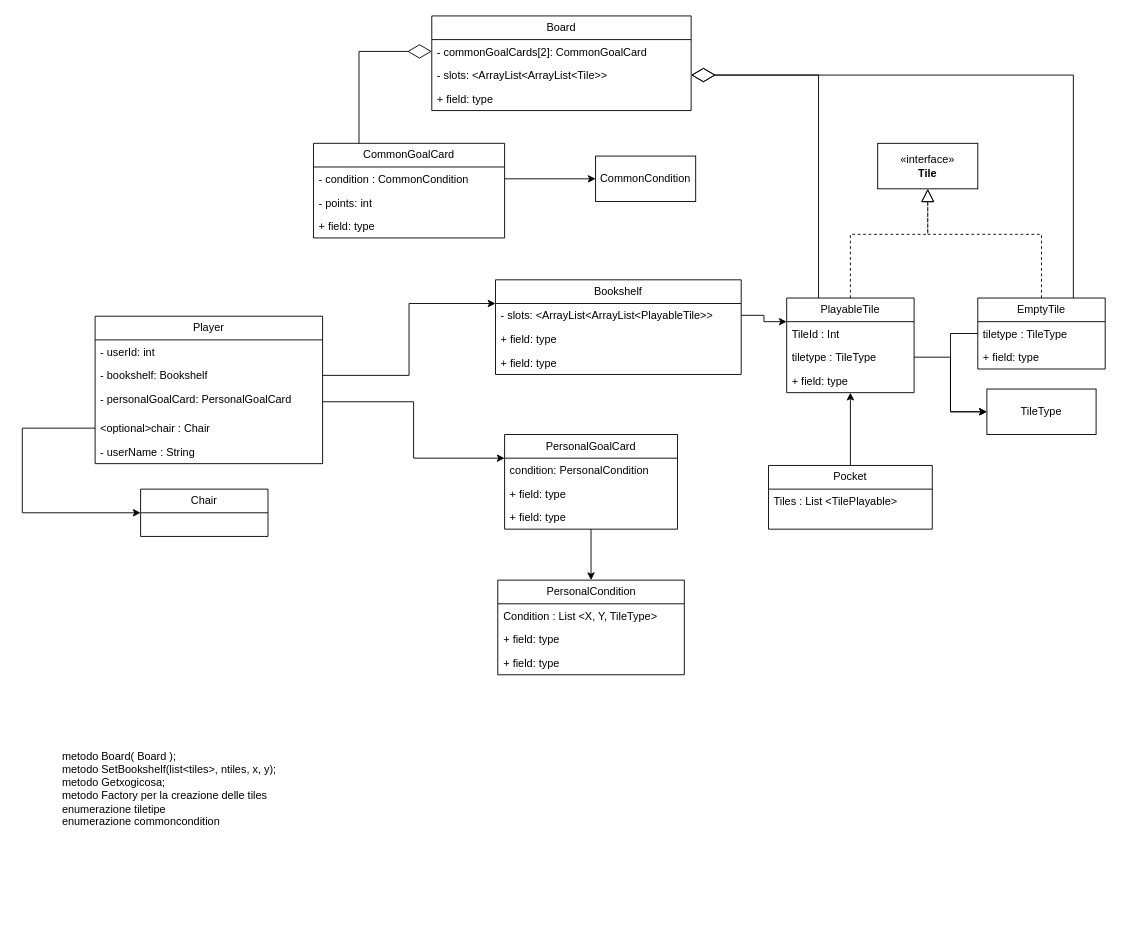
Earlier version of the draw.io diagram uml_diagram.drawio (no-dady/ing-sw-2023-shala-scandola-vigano-zenesini). Source tidied: cells renumbered, new cells numbered last; positions are measured from the earlier drawing's top-left corner, leaving out a move shared by most shapes. Both pictures are drawn from the tidied source at 91%, with x=0, y=0 at pixel (22, 15).
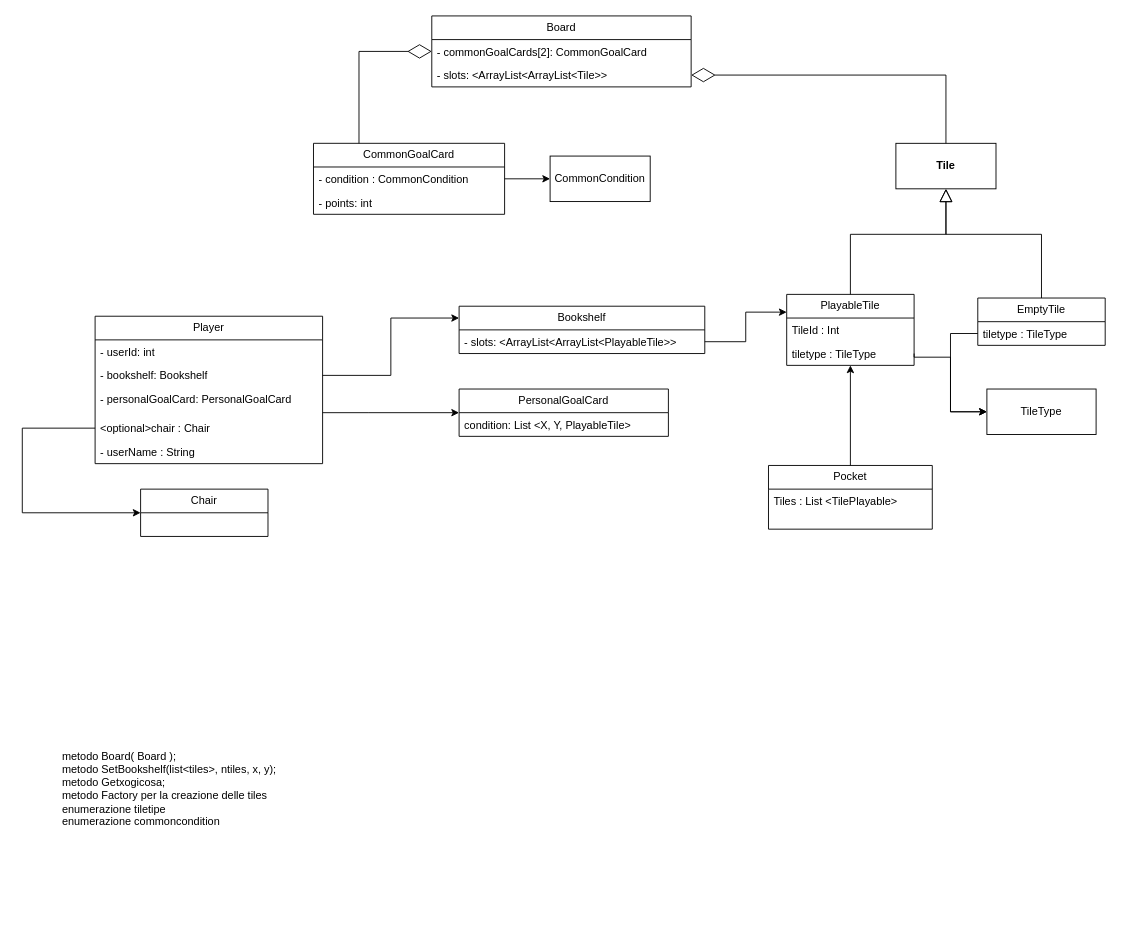
Above is the later version.

Commit message:
Modifiche alle tiles

The change refers to these unchanged cells:
```xml
<mxCell id="5" value="- personalGoalCard: PersonalGoalCard" style="text;strokeColor=none;fillColor=none;align=left;verticalAlign=top;spacingLeft=4;spacingRight=4;overflow=hidden;points=[[0,0.5],[1,0.5]];portConstraint=eastwest;whiteSpace=wrap;html=1;" parent="2" vertex="1">
  <mxGeometry y="78" width="250" height="32" as="geometry" />
</mxCell>
<mxCell id="24" value="- slots: &amp;lt;ArrayList&amp;lt;ArrayList&amp;lt;Tile&amp;gt;&amp;gt;" style="text;strokeColor=none;fillColor=none;align=left;verticalAlign=top;spacingLeft=4;spacingRight=4;overflow=hidden;points=[[0,0.5],[1,0.5]];portConstraint=eastwest;whiteSpace=wrap;html=1;" parent="22" vertex="1">
  <mxGeometry y="52" width="285" height="26" as="geometry" />
</mxCell>
```

What changed in the source:
```diff
@@
     <mxCell id="8" value="PlayableTile" style="swimlane;fontStyle=0;horizontal=1;startSize=26;fillColor=none;whiteSpace=wrap;html=1;" parent="1" vertex="1">
-      <mxGeometry x="840" y="310" width="140" height="104" as="geometry" />
+      <mxGeometry x="840" y="306" width="140" height="78" as="geometry" />
     </mxCell>
@@
-    <mxCell id="11" value="+ field: type" style="text;strokeColor=none;fillColor=none;align=left;verticalAlign=top;spacingLeft=4;spacingRight=4;overflow=hidden;whiteSpace=wrap;html=1;" parent="8" vertex="1">
-      <mxGeometry y="78" width="140" height="26" as="geometry" />
-    </mxCell>
     <mxCell id="12" value="Bookshelf" style="swimlane;fontStyle=0;horizontal=1;startSize=26;fillColor=none;whiteSpace=wrap;html=1;" parent="1" vertex="1">
-      <mxGeometry x="520" y="290" width="270" height="104" as="geometry" />
+      <mxGeometry x="480" y="319" width="270" height="52" as="geometry" />
     </mxCell>
@@
-    <mxCell id="14" value="+ field: type" style="text;strokeColor=none;fillColor=none;align=left;verticalAlign=top;spacingLeft=4;spacingRight=4;overflow=hidden;whiteSpace=wrap;html=1;" parent="12" vertex="1">
-      <mxGeometry y="52" width="270" height="26" as="geometry" />
-    </mxCell>
-    <mxCell id="15" value="+ field: type" style="text;strokeColor=none;fillColor=none;align=left;verticalAlign=top;spacingLeft=4;spacingRight=4;overflow=hidden;whiteSpace=wrap;html=1;" parent="12" vertex="1">
-      <mxGeometry y="78" width="270" height="26" as="geometry" />
-    </mxCell>
@@
     <mxCell id="17" value="PersonalGoalCard" style="swimlane;fontStyle=0;horizontal=1;startSize=26;fillColor=none;whiteSpace=wrap;html=1;" parent="1" vertex="1">
-      <mxGeometry x="530" y="460" width="190" height="104" as="geometry" />
+      <mxGeometry x="480" y="410" width="230" height="52" as="geometry" />
     </mxCell>
-    <mxCell id="18" value="condition: PersonalCondition" style="text;strokeColor=none;fillColor=none;align=left;verticalAlign=top;spacingLeft=4;spacingRight=4;overflow=hidden;whiteSpace=wrap;html=1;" parent="17" vertex="1">
-      <mxGeometry y="26" width="190" height="26" as="geometry" />
+    <mxCell id="18" value="condition: List &amp;lt;X, Y, PlayableTile&amp;gt;" style="text;strokeColor=none;fillColor=none;align=left;verticalAlign=top;spacingLeft=4;spacingRight=4;overflow=hidden;whiteSpace=wrap;html=1;" parent="17" vertex="1">
+      <mxGeometry y="26" width="230" height="26" as="geometry" />
     </mxCell>
-    <mxCell id="19" value="+ field: type" style="text;strokeColor=none;fillColor=none;align=left;verticalAlign=top;spacingLeft=4;spacingRight=4;overflow=hidden;whiteSpace=wrap;html=1;" parent="17" vertex="1">
-      <mxGeometry y="52" width="190" height="26" as="geometry" />
-    </mxCell>
-    <mxCell id="20" value="+ field: type" style="text;strokeColor=none;fillColor=none;align=left;verticalAlign=top;spacingLeft=4;spacingRight=4;overflow=hidden;points=[[0,0.5],[1,0.5]];portConstraint=eastwest;whiteSpace=wrap;html=1;" parent="17" vertex="1">
-      <mxGeometry y="78" width="190" height="26" as="geometry" />
-    </mxCell>
-    <mxCell id="21" style="edgeStyle=orthogonalEdgeStyle;rounded=0;jettySize=auto;html=1;entryX=0;entryY=0.25;entryDx=0;entryDy=0;" parent="1" edge="1" source="5" target="17">
-      <mxGeometry relative="1" as="geometry" />
+    <mxCell id="21" style="edgeStyle=orthogonalEdgeStyle;rounded=0;jettySize=auto;html=1;entryX=0;entryY=0.5;entryDx=0;entryDy=0;" parent="1" edge="1" source="5" target="17">
+      <mxGeometry relative="1" as="geometry">
+        <Array as="points">
+          <mxPoint x="380" y="436" />
+          <mxPoint x="380" y="436" />
+        </Array>
+      </mxGeometry>
     </mxCell>
     <mxCell id="22" value="Board" style="swimlane;fontStyle=0;horizontal=1;startSize=26;fillColor=none;whiteSpace=wrap;html=1;" parent="1" vertex="1">
-      <mxGeometry x="450" width="285" height="104" as="geometry" />
+      <mxGeometry x="450" width="285" height="78" as="geometry" />
     </mxCell>
@@
-    <mxCell id="25" value="+ field: type" style="text;strokeColor=none;fillColor=none;align=left;verticalAlign=top;spacingLeft=4;spacingRight=4;overflow=hidden;whiteSpace=wrap;html=1;" parent="22" vertex="1">
-      <mxGeometry y="78" width="285" height="26" as="geometry" />
-    </mxCell>
     <mxCell id="26" value="CommonGoalCard" style="swimlane;fontStyle=0;horizontal=1;startSize=26;fillColor=none;whiteSpace=wrap;html=1;" parent="1" vertex="1">
-      <mxGeometry x="320" y="140" width="210" height="104" as="geometry" />
+      <mxGeometry x="320" y="140" width="210" height="78" as="geometry" />
     </mxCell>
@@
-    <mxCell id="29" value="+ field: type" style="text;strokeColor=none;fillColor=none;align=left;verticalAlign=top;spacingLeft=4;spacingRight=4;overflow=hidden;whiteSpace=wrap;html=1;" parent="26" vertex="1">
-      <mxGeometry y="78" width="210" height="26" as="geometry" />
-    </mxCell>
-    <mxCell id="30" value="PersonalCondition" style="swimlane;fontStyle=0;horizontal=1;startSize=26;fillColor=none;whiteSpace=wrap;html=1;" parent="1" vertex="1">
-      <mxGeometry x="522.5" y="620" width="205" height="104" as="geometry" />
-    </mxCell>
-    <mxCell id="31" value="Condition : List &amp;lt;X, Y, TileType&amp;gt;" style="text;strokeColor=none;fillColor=none;align=left;verticalAlign=top;spacingLeft=4;spacingRight=4;overflow=hidden;whiteSpace=wrap;html=1;" parent="30" vertex="1">
-      <mxGeometry y="26" width="205" height="26" as="geometry" />
-    </mxCell>
-    <mxCell id="32" value="+ field: type" style="text;strokeColor=none;fillColor=none;align=left;verticalAlign=top;spacingLeft=4;spacingRight=4;overflow=hidden;whiteSpace=wrap;html=1;" parent="30" vertex="1">
-      <mxGeometry y="52" width="205" height="26" as="geometry" />
-    </mxCell>
-    <mxCell id="33" value="+ field: type" style="text;strokeColor=none;fillColor=none;align=left;verticalAlign=top;spacingLeft=4;spacingRight=4;overflow=hidden;whiteSpace=wrap;html=1;" parent="30" vertex="1">
-      <mxGeometry y="78" width="205" height="26" as="geometry" />
-    </mxCell>
@@
     <mxCell id="37" value="EmptyTile" style="swimlane;fontStyle=0;horizontal=1;startSize=26;fillColor=none;whiteSpace=wrap;html=1;" parent="1" vertex="1">
-      <mxGeometry x="1050" y="310" width="140" height="78" as="geometry" />
+      <mxGeometry x="1050" y="310" width="140" height="52" as="geometry" />
     </mxCell>
@@
-    <mxCell id="39" value="+ field: type" style="text;strokeColor=none;fillColor=none;align=left;verticalAlign=top;spacingLeft=4;spacingRight=4;overflow=hidden;whiteSpace=wrap;html=1;" parent="37" vertex="1">
-      <mxGeometry y="52" width="140" height="26" as="geometry" />
-    </mxCell>
-    <mxCell id="40" style="edgeStyle=orthogonalEdgeStyle;rounded=0;jettySize=auto;html=1;exitX=0.5;exitY=1;exitDx=0;exitDy=0;entryX=0.5;entryY=0;entryDx=0;entryDy=0;exitPerimeter=0;" parent="1" edge="1" source="20" target="30">
-      <mxGeometry relative="1" as="geometry" />
-    </mxCell>
@@
-    <mxCell id="48" value="&lt;div&gt;«interface»&lt;b&gt;&lt;br&gt;&lt;/b&gt;&lt;/div&gt;&lt;div&gt;&lt;b&gt;Tile&lt;/b&gt;&lt;/div&gt;" style="html=1;whiteSpace=wrap;" parent="1" vertex="1">
-      <mxGeometry x="940" y="140" width="110" height="50" as="geometry" />
+    <mxCell id="48" value="&lt;div&gt;&lt;b&gt;Tile&lt;/b&gt;&lt;/div&gt;" style="html=1;whiteSpace=wrap;" parent="1" vertex="1">
+      <mxGeometry x="960" y="140" width="110" height="50" as="geometry" />
     </mxCell>
-    <mxCell id="49" style="endArrow=block;dashed=1;endFill=0;endSize=12;html=1;rounded=0;exitX=0.5;exitY=0;exitDx=0;exitDy=0;entryX=0.5;entryY=1;entryDx=0;entryDy=0;" parent="1" edge="1" source="8" target="48">
+    <mxCell id="49" style="endArrow=block;endFill=0;endSize=12;html=1;rounded=0;exitX=0.5;exitY=0;exitDx=0;exitDy=0;entryX=0.5;entryY=1;entryDx=0;entryDy=0;" parent="1" edge="1" source="8" target="48">
       <mxGeometry relative="1" as="geometry">
         <Array as="points">
           <mxPoint x="910" y="240" />
-          <mxPoint x="995" y="240" />
+          <mxPoint x="1015" y="240" />
         </Array>
       </mxGeometry>
     </mxCell>
-    <mxCell id="50" style="endArrow=block;dashed=1;endFill=0;endSize=12;html=1;rounded=0;exitX=0.5;exitY=0;exitDx=0;exitDy=0;entryX=0.5;entryY=1;entryDx=0;entryDy=0;" parent="1" edge="1" source="37" target="48">
+    <mxCell id="50" style="endArrow=block;endFill=0;endSize=12;html=1;rounded=0;exitX=0.5;exitY=0;exitDx=0;exitDy=0;entryX=0.5;entryY=1;entryDx=0;entryDy=0;" parent="1" edge="1" source="37" target="48">
       <mxGeometry relative="1" as="geometry">
         <Array as="points">
           <mxPoint x="1120" y="240" />
-          <mxPoint x="995" y="240" />
+          <mxPoint x="1015" y="240" />
         </Array>
       </mxGeometry>
     </mxCell>
     <mxCell id="51" value="CommonCondition" style="html=1;whiteSpace=wrap;" parent="1" vertex="1">
-      <mxGeometry x="630" y="154" width="110" height="50" as="geometry" />
+      <mxGeometry x="580" y="154" width="110" height="50" as="geometry" />
     </mxCell>
@@
-    <mxCell id="54" style="endArrow=diamondThin;endFill=0;endSize=24;html=1;rounded=0;entryX=1;entryY=0.5;entryDx=0;entryDy=0;exitX=0.25;exitY=0;exitDx=0;exitDy=0;" parent="1" edge="1" source="8" target="24">
-      <mxGeometry relative="1" as="geometry">
-        <Array as="points">
-          <mxPoint x="875" y="65" />
-        </Array>
-      </mxGeometry>
-    </mxCell>
-    <mxCell id="55" style="endArrow=diamondThin;endFill=0;endSize=24;html=1;rounded=0;exitX=0.75;exitY=0;exitDx=0;exitDy=0;entryX=1;entryY=0.5;entryDx=0;entryDy=0;" parent="1" edge="1" source="37" target="24">
+    <mxCell id="55" style="endArrow=diamondThin;endFill=0;endSize=24;html=1;rounded=0;exitX=0.5;exitY=0;exitDx=0;exitDy=0;entryX=1;entryY=0.5;entryDx=0;entryDy=0;" parent="1" edge="1" source="48" target="24">
       <mxGeometry relative="1" as="geometry">
         <Array as="points">
-          <mxPoint x="1155" y="65" />
+          <mxPoint x="1015" y="65" />
         </Array>
       </mxGeometry>
     </mxCell>
```
